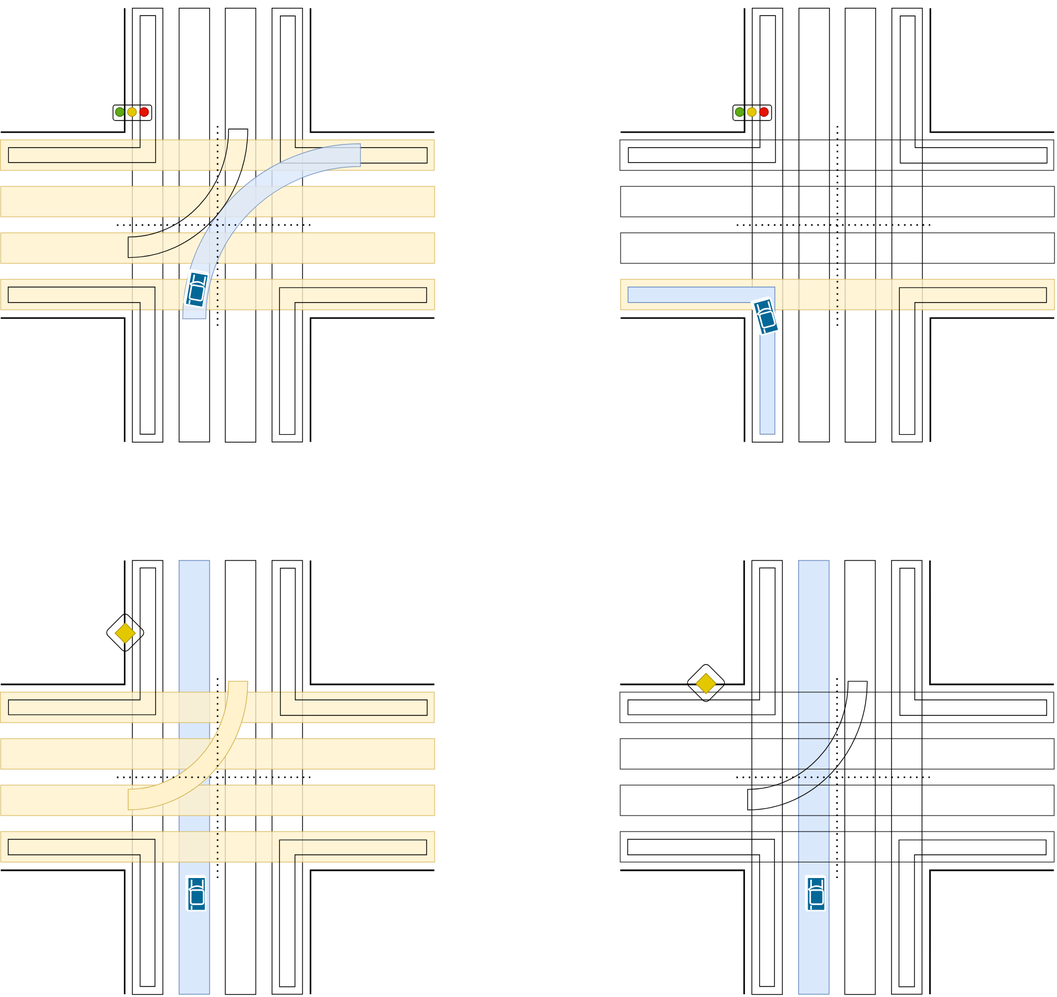
Earlier version of the draw.io export tmp/lanelet2_extension/docs/right_of_way.drawio.svg (autowarefoundation/autoware_common). Source tidied: cells renumbered, new cells last; positions are measured from the earlier drawing's top-left corner, leaving out a move shared by most shapes.
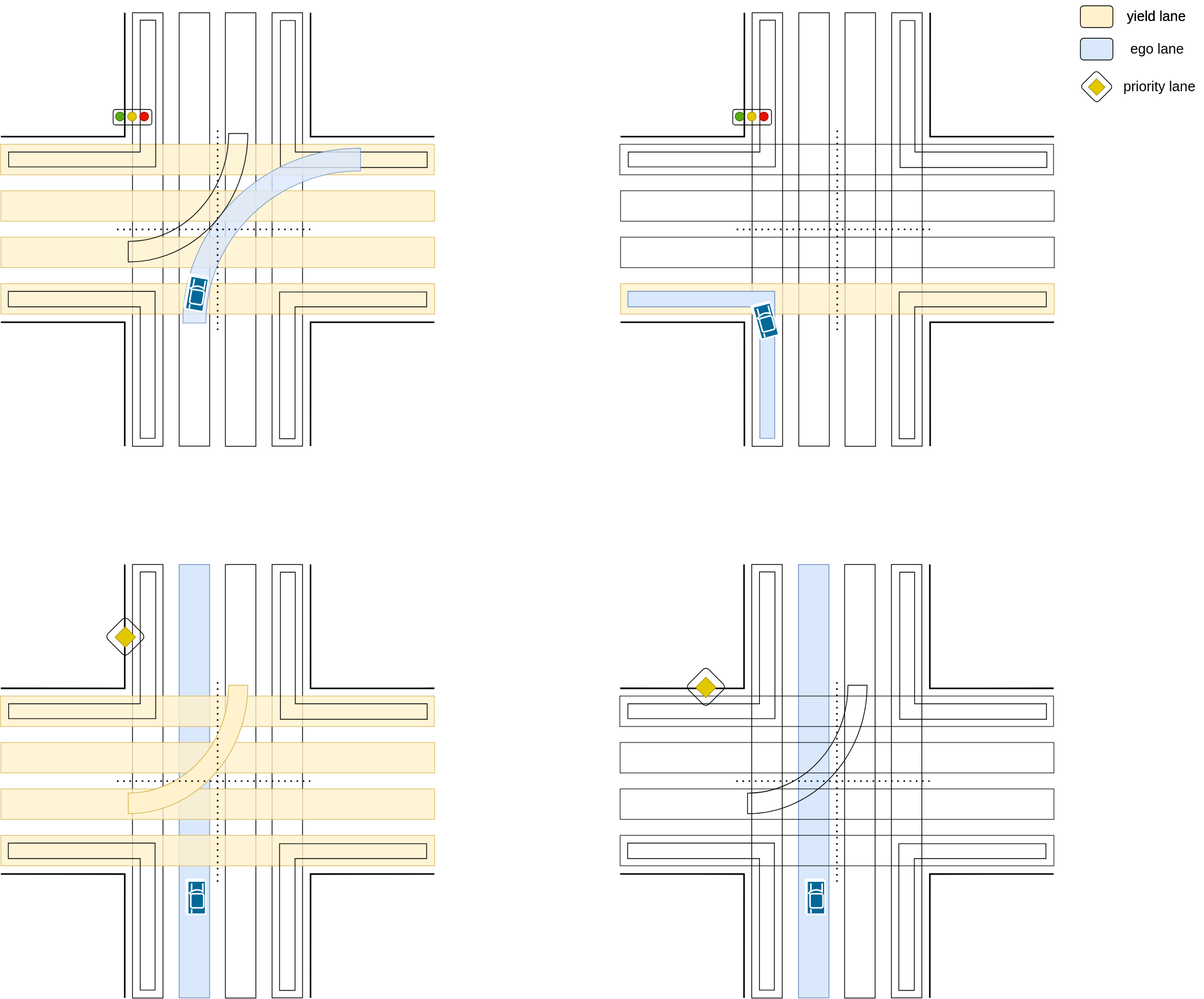
Later version of the same file.

The edit, as a diff of the source:
```diff
@@ -360,5 +360,32 @@
     <mxCell id="97" style="rounded=0;whiteSpace=wrap;html=1;rotation=-45;fillColor=#e3c800;fontColor=#000000;strokeColor=#B09500;" parent="95" vertex="1">
       <mxGeometry x="16.9" y="17.6" width="18.5" height="18.5" as="geometry" />
     </mxCell>
+    <mxCell id="98" style="rounded=1;whiteSpace=wrap;html=1;fillColor=#fff2cc;strokeColor=#000000;" parent="1" vertex="1">
+      <mxGeometry x="1485" y="1" width="42" height="28" as="geometry" />
+    </mxCell>
+    <mxCell id="99" value="&lt;font style=&quot;font-size: 18px;&quot;&gt;yield lane&lt;/font&gt;" style="text;html=1;align=center;verticalAlign=middle;strokeColor=none;fillColor=none;" parent="1" vertex="1">
+      <mxGeometry x="1534" y="-6" width="98" height="42" as="geometry" />
+    </mxCell>
+    <mxCell id="100" style="rounded=1;whiteSpace=wrap;html=1;strokeColor=#000000;fontSize=18;fillColor=#dae8fc;" parent="1" vertex="1">
+      <mxGeometry x="1485" y="43" width="42" height="28" as="geometry" />
+    </mxCell>
+    <mxCell id="101" value="&lt;font style=&quot;font-size: 18px;&quot;&gt;yield lane&lt;/font&gt;" style="text;html=1;align=center;verticalAlign=middle;strokeColor=none;fillColor=none;" parent="1" vertex="1">
+      <mxGeometry x="1534" y="-6" width="98" height="42" as="geometry" />
+    </mxCell>
+    <mxCell id="102" value="&lt;font style=&quot;font-size: 18px;&quot;&gt;ego lane&lt;/font&gt;" style="text;html=1;align=center;verticalAlign=middle;strokeColor=none;fillColor=none;" parent="1" vertex="1">
+      <mxGeometry x="1538" y="36" width="91" height="42" as="geometry" />
+    </mxCell>
+    <mxCell id="103" style="group;" parent="1" vertex="1">
+      <mxGeometry x="1485" y="84" width="42" height="43" as="geometry" />
+    </mxCell>
+    <mxCell id="104" style="rounded=1;whiteSpace=wrap;html=1;rotation=-45;fillColor=none;" parent="103" vertex="1">
+      <mxGeometry x="6.2" y="6.3" width="29.7" height="30.4" as="geometry" />
+    </mxCell>
+    <mxCell id="105" style="rounded=0;whiteSpace=wrap;html=1;rotation=-45;fillColor=#e3c800;fontColor=#000000;strokeColor=#B09500;" parent="103" vertex="1">
+      <mxGeometry x="13.6" y="14.4" width="14.8" height="15.2" as="geometry" />
+    </mxCell>
+    <mxCell id="106" value="&lt;font style=&quot;font-size: 18px;&quot;&gt;priority lane&lt;/font&gt;" style="text;html=1;align=center;verticalAlign=middle;strokeColor=none;fillColor=none;" parent="1" vertex="1">
+      <mxGeometry x="1531" y="85" width="112" height="42" as="geometry" />
+    </mxCell>
   </root>
 </mxGraphModel>
```
